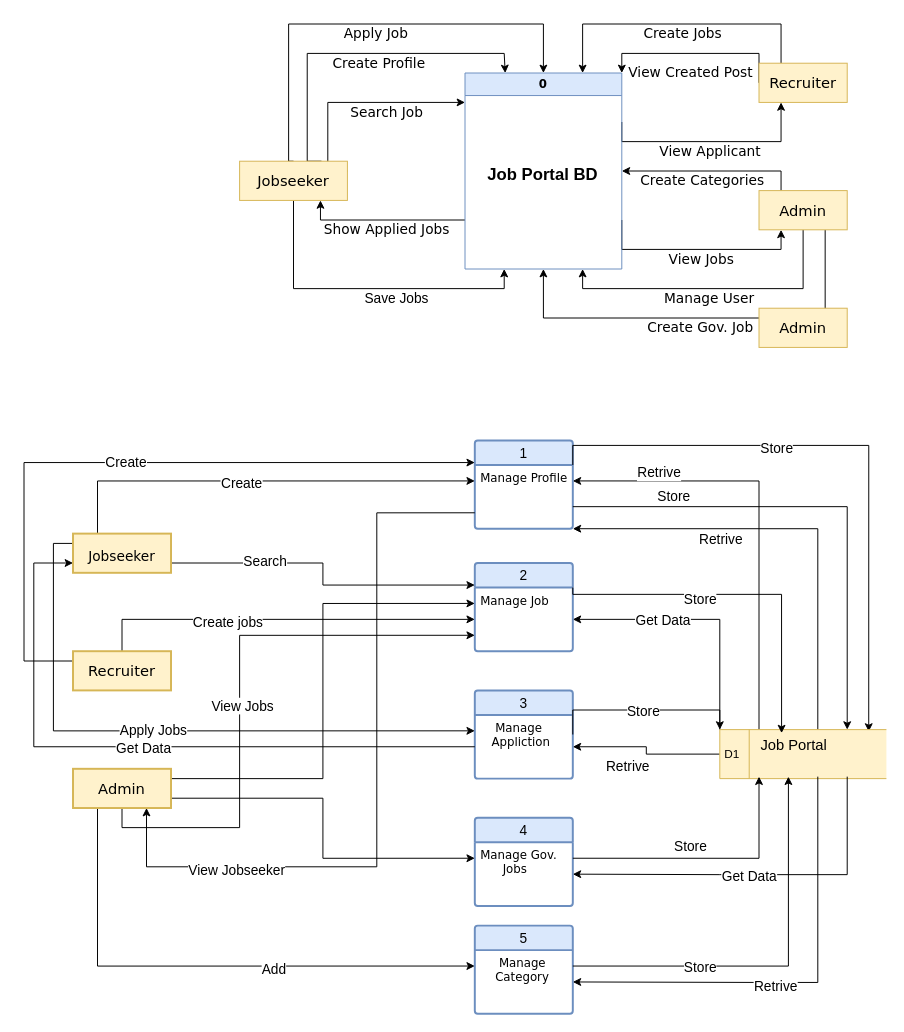
Before: page "Page-1" (1 of 10) of public/uploads/Untitled Diagram.drawio in musaddak7/jobportalbd, a draw.io diagram. Source tidied: cells renumbered, new cells numbered last; positions are measured from the earlier drawing's top-left corner, leaving out a move shared by most shapes. Both pictures are drawn from the tidied source at 98%, with x=0, y=0 at pixel (24, 24).
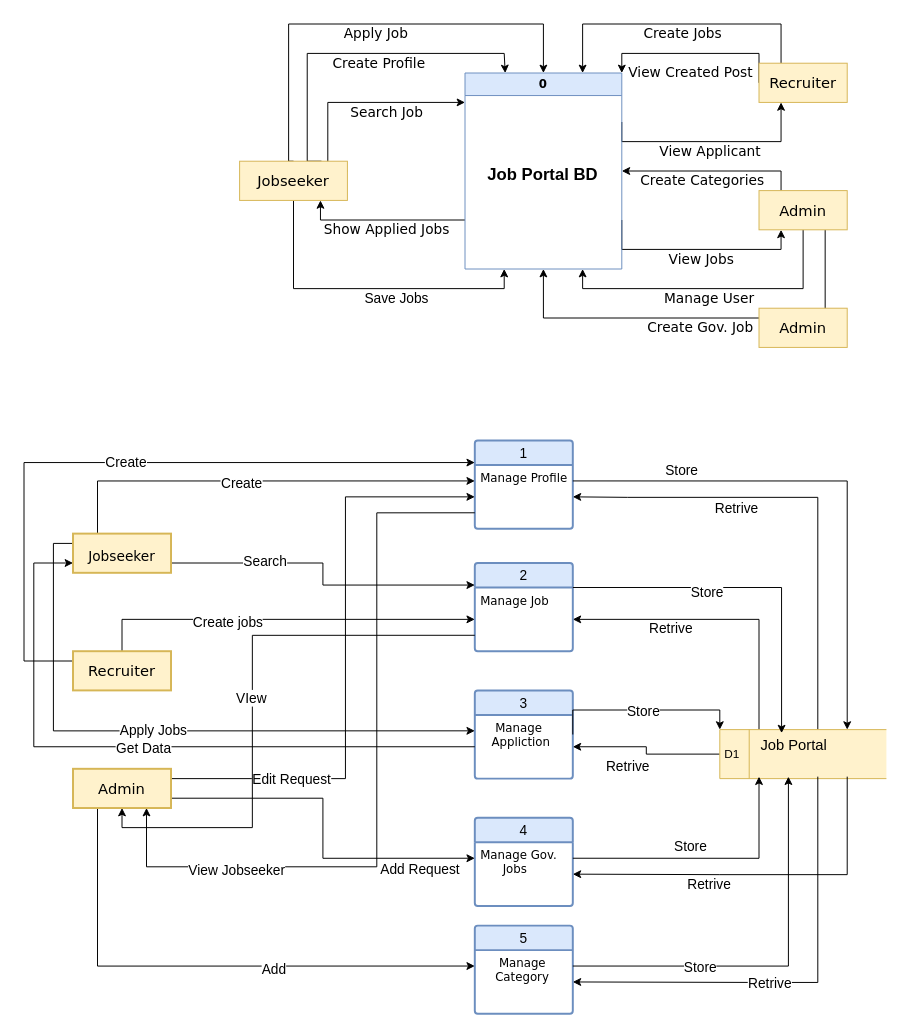
Above is the later version.

The change refers to these unchanged cells:
```xml
<mxCell id="19" value="1" style="swimlane;horizontal=1;startSize=25;rounded=1;fontSize=14;fontStyle=0;strokeWidth=2;shadow=0;dashed=0;align=center;arcSize=4;whiteSpace=wrap;html=1;fillColor=#dae8fc;strokeColor=#6c8ebf;" parent="1" vertex="1">
  <mxGeometry x="460" y="425" width="100" height="90" as="geometry" />
</mxCell>
<mxCell id="20" value="&lt;div&gt;&lt;font style=&quot;font-size: 12px;&quot; face=&quot;Verdana&quot;&gt;Manage Profile&lt;/font&gt;&lt;/div&gt;" style="align=left;strokeColor=none;fillColor=none;spacingLeft=4;fontSize=12;verticalAlign=top;html=1;" parent="19" vertex="1">
  <mxGeometry y="25" width="100" height="65" as="geometry" />
</mxCell>
<mxCell id="22" value="&lt;font style=&quot;font-size: 12px;&quot; face=&quot;Verdana&quot;&gt;Manage Job&lt;/font&gt;&lt;div&gt;&lt;br&gt;&lt;/div&gt;" style="align=left;strokeColor=none;fillColor=none;spacingLeft=4;fontSize=12;verticalAlign=top;html=1;" parent="21" vertex="1">
  <mxGeometry y="25" width="100" height="65" as="geometry" />
</mxCell>
<mxCell id="40" style="edgeStyle=orthogonalEdgeStyle;rounded=0;jettySize=auto;html=1;exitX=1;exitY=0.5;exitDx=0;exitDy=0;entryX=0;entryY=0.25;entryDx=0;entryDy=0;" parent="1" edge="1" source="45" target="26">
  <mxGeometry relative="1" as="geometry">
    <Array as="points">
      <mxPoint x="150" y="790" />
      <mxPoint x="305" y="790" />
      <mxPoint x="305" y="851" />
    </Array>
  </mxGeometry>
</mxCell>
<mxCell id="45" value="&lt;font style=&quot;font-size: 15px;&quot; face=&quot;Verdana&quot;&gt;Admin&lt;/font&gt;" style="whiteSpace=wrap;html=1;align=center;strokeWidth=2;fillColor=#fff2cc;strokeColor=#d6b656;" parent="1" vertex="1">
  <mxGeometry x="50" y="760" width="100" height="40" as="geometry" />
</mxCell>
<mxCell id="55" value="D1" style="html=1;dashed=0;whiteSpace=wrap;shape=mxgraph.dfd.dataStoreID;align=left;spacingLeft=3;points=[[0,0],[0.5,0],[1,0],[0,0.5],[1,0.5],[0,1],[0.5,1],[1,1]];fillColor=#fff2cc;strokeColor=#d6b656;" parent="1" vertex="1">
  <mxGeometry x="710" y="720" width="170" height="50" as="geometry" />
</mxCell>
<mxCell id="56" value="&lt;font style=&quot;font-size: 15px;&quot;&gt;Job Portal&lt;/font&gt;" style="text;whiteSpace=wrap;html=1;" parent="1" vertex="1">
  <mxGeometry x="750" y="720" width="120" height="48" as="geometry" />
</mxCell>
<mxCell id="67" style="edgeStyle=orthogonalEdgeStyle;rounded=0;jettySize=auto;html=1;exitX=0.5;exitY=1;exitDx=0;exitDy=0;entryX=1;entryY=0.5;entryDx=0;entryDy=0;" parent="1" edge="1" source="56" target="66">
  <mxGeometry relative="1" as="geometry">
    <Array as="points">
      <mxPoint x="810" y="978" />
      <mxPoint x="750" y="978" />
    </Array>
  </mxGeometry>
</mxCell>
<mxCell id="69" style="edgeStyle=orthogonalEdgeStyle;rounded=0;jettySize=auto;html=1;exitX=0.75;exitY=1;exitDx=0;exitDy=0;entryX=1;entryY=0.5;entryDx=0;entryDy=0;" parent="1" edge="1" source="56" target="26">
  <mxGeometry relative="1" as="geometry">
    <Array as="points">
      <mxPoint x="840" y="868" />
      <mxPoint x="710" y="868" />
    </Array>
  </mxGeometry>
</mxCell>
```

Change to the diagram source:
```diff
@@
-    <mxCell id="39" style="edgeStyle=orthogonalEdgeStyle;rounded=0;jettySize=auto;html=1;exitX=1;exitY=0.25;exitDx=0;exitDy=0;entryX=0;entryY=0.25;entryDx=0;entryDy=0;" parent="1" edge="1" source="45" target="22">
-      <mxGeometry relative="1" as="geometry" />
-    </mxCell>
@@
-    <mxCell id="41" style="edgeStyle=orthogonalEdgeStyle;rounded=0;jettySize=auto;html=1;exitX=0.5;exitY=1;exitDx=0;exitDy=0;entryX=0;entryY=0.75;entryDx=0;entryDy=0;" parent="1" edge="1" source="45" target="22">
-      <mxGeometry relative="1" as="geometry">
-        <Array as="points">
-          <mxPoint x="100" y="820" />
-          <mxPoint x="220" y="820" />
-          <mxPoint x="220" y="624" />
-        </Array>
-      </mxGeometry>
-    </mxCell>
-    <mxCell id="42" value="&lt;font style=&quot;font-size: 14px;&quot;&gt;View Jobs&lt;/font&gt;" style="edgeLabel;html=1;align=center;verticalAlign=middle;" parent="41" vertex="1">
-      <mxGeometry x="-0.08" y="-2" relative="1" as="geometry" />
-    </mxCell>
+    <mxCell id="78" value="&lt;font style=&quot;font-size: 14px;&quot;&gt;Add Request&lt;br&gt;&lt;/font&gt;" style="edgeLabel;html=1;align=center;verticalAlign=middle;" parent="40" vertex="1">
+      <mxGeometry x="-0.29" y="-1" relative="1" as="geometry">
+        <mxPoint x="128" y="71" as="offset" />
+      </mxGeometry>
+    </mxCell>
@@
+    <mxCell id="79" style="edgeStyle=orthogonalEdgeStyle;rounded=0;jettySize=auto;html=1;exitX=1;exitY=0.25;exitDx=0;exitDy=0;entryX=0;entryY=0.5;entryDx=0;entryDy=0;" parent="1" edge="1" source="45" target="20">
+      <mxGeometry relative="1" as="geometry">
+        <Array as="points">
+          <mxPoint x="328" y="770" />
+          <mxPoint x="328" y="483" />
+        </Array>
+      </mxGeometry>
+    </mxCell>
+    <mxCell id="80" value="&lt;font style=&quot;font-size: 14px;&quot;&gt;Edit Request&lt;br&gt;&lt;/font&gt;" style="edgeLabel;html=1;align=center;verticalAlign=middle;" parent="79" vertex="1">
+      <mxGeometry x="-0.59" relative="1" as="geometry" />
+    </mxCell>
@@
-    <mxCell id="46" style="edgeStyle=orthogonalEdgeStyle;rounded=0;jettySize=auto;html=1;exitX=0;exitY=0;exitDx=0;exitDy=0;entryX=1;entryY=0.25;entryDx=0;entryDy=0;" parent="1" edge="1" source="56" target="20">
-      <mxGeometry relative="1" as="geometry" />
-    </mxCell>
-    <mxCell id="47" value="&lt;font style=&quot;font-size: 14px;&quot;&gt;Retrive&lt;/font&gt;" style="edgeLabel;html=1;align=center;verticalAlign=middle;" parent="46" vertex="1">
-      <mxGeometry x="-0.02" relative="1" as="geometry">
-        <mxPoint x="-103" y="-46" as="offset" />
-      </mxGeometry>
-    </mxCell>
-    <mxCell id="48" style="edgeStyle=orthogonalEdgeStyle;rounded=0;jettySize=auto;html=1;exitX=0.5;exitY=0;exitDx=0;exitDy=0;entryX=1;entryY=1;entryDx=0;entryDy=0;" parent="1" edge="1" source="56" target="20">
+    <mxCell id="48" style="edgeStyle=orthogonalEdgeStyle;rounded=0;jettySize=auto;html=1;exitX=0.5;exitY=0;exitDx=0;exitDy=0;entryX=1;entryY=0.5;entryDx=0;entryDy=0;" parent="1" edge="1" source="56" target="20">
       <mxGeometry relative="1" as="geometry">
         <Array as="points">
-          <mxPoint x="810" y="515" />
+          <mxPoint x="810" y="483" />
+          <mxPoint x="616" y="483" />
         </Array>
       </mxGeometry>
     </mxCell>
@@
-    <mxCell id="50" style="edgeStyle=orthogonalEdgeStyle;rounded=0;jettySize=auto;html=1;exitX=1;exitY=0;exitDx=0;exitDy=0;entryX=0.933;entryY=0.042;entryDx=0;entryDy=0;entryPerimeter=0;" parent="1" edge="1" source="20" target="56">
-      <mxGeometry relative="1" as="geometry" />
-    </mxCell>
-    <mxCell id="51" value="&lt;font style=&quot;font-size: 14px;&quot;&gt;Store&lt;/font&gt;" style="edgeLabel;html=1;align=center;verticalAlign=middle;" parent="50" vertex="1">
-      <mxGeometry x="-0.26" y="-2" relative="1" as="geometry" />
-    </mxCell>
+    <mxCell id="81" value="&lt;font style=&quot;font-size: 14px;&quot;&gt;Retrive&lt;/font&gt;" style="edgeLabel;html=1;align=center;verticalAlign=middle;" parent="48" vertex="1">
+      <mxGeometry x="-0.02" y="2" relative="1" as="geometry">
+        <mxPoint x="-149" y="131" as="offset" />
+      </mxGeometry>
+    </mxCell>
-    <mxCell id="52" style="edgeStyle=orthogonalEdgeStyle;rounded=0;jettySize=auto;html=1;entryX=1;entryY=0.5;entryDx=0;entryDy=0;exitX=0;exitY=0;exitDx=0;exitDy=0;" parent="1" edge="1" source="55" target="22">
+    <mxCell id="52" style="edgeStyle=orthogonalEdgeStyle;rounded=0;jettySize=auto;html=1;entryX=1;entryY=0.5;entryDx=0;entryDy=0;exitX=0;exitY=0;exitDx=0;exitDy=0;" parent="1" edge="1" source="56" target="22">
       <mxGeometry relative="1" as="geometry" />
     </mxCell>
-    <mxCell id="53" value="&lt;font style=&quot;font-size: 14px;&quot;&gt;Get Data&lt;/font&gt;" style="edgeLabel;html=1;align=center;verticalAlign=middle;" parent="52" vertex="1">
-      <mxGeometry x="0.31" y="1" relative="1" as="geometry">
-        <mxPoint x="1" as="offset" />
-      </mxGeometry>
-    </mxCell>
@@
     <mxCell id="57" style="rounded=0;jettySize=auto;html=1;exitX=1;exitY=0;exitDx=0;exitDy=0;entryX=0.192;entryY=0.075;entryDx=0;entryDy=0;entryPerimeter=0;edgeStyle=orthogonalEdgeStyle;" parent="1" edge="1" source="22" target="56">
       <mxGeometry relative="1" as="geometry">
         <Array as="points">
-          <mxPoint x="560" y="582" />
-          <mxPoint x="773" y="582" />
+          <mxPoint x="773" y="575" />
         </Array>
       </mxGeometry>
     </mxCell>
@@
     <mxCell id="68" value="&lt;font style=&quot;font-size: 14px;&quot;&gt;Retrive&lt;/font&gt;" style="edgeLabel;html=1;align=center;verticalAlign=middle;" parent="67" vertex="1">
       <mxGeometry x="0.11" y="3" relative="1" as="geometry">
-        <mxPoint x="1" as="offset" />
+        <mxPoint x="-67" y="-104" as="offset" />
       </mxGeometry>
     </mxCell>
+    <mxCell id="82" value="&lt;font style=&quot;font-size: 14px;&quot;&gt;Retrive&lt;/font&gt;" style="edgeLabel;html=1;align=center;verticalAlign=middle;" parent="67" vertex="1">
+      <mxGeometry x="0.11" y="3" relative="1" as="geometry">
+        <mxPoint x="-5" y="-3" as="offset" />
+      </mxGeometry>
+    </mxCell>
@@
-    <mxCell id="70" value="&lt;font style=&quot;font-size: 14px;&quot;&gt;Get Data&lt;/font&gt;" style="edgeLabel;html=1;align=center;verticalAlign=middle;" parent="69" vertex="1">
-      <mxGeometry x="0.06" y="1" relative="1" as="geometry" />
-    </mxCell>
-    <mxCell id="71" style="edgeStyle=orthogonalEdgeStyle;rounded=0;jettySize=auto;html=1;exitX=1;exitY=0.75;exitDx=0;exitDy=0;entryX=0.75;entryY=0;entryDx=0;entryDy=0;" parent="1" edge="1" source="19" target="56">
+    <mxCell id="71" style="edgeStyle=orthogonalEdgeStyle;rounded=0;jettySize=auto;html=1;exitX=1;exitY=0.25;exitDx=0;exitDy=0;entryX=0.75;entryY=0;entryDx=0;entryDy=0;" parent="1" edge="1" source="20" target="56">
       <mxGeometry relative="1" as="geometry" />
     </mxCell>
@@
+    <mxCell id="83" style="edgeStyle=orthogonalEdgeStyle;rounded=0;jettySize=auto;html=1;exitX=0;exitY=0.75;exitDx=0;exitDy=0;entryX=0.5;entryY=1;entryDx=0;entryDy=0;" parent="1" edge="1" source="22" target="45">
+      <mxGeometry relative="1" as="geometry">
+        <Array as="points">
+          <mxPoint x="233" y="624" />
+          <mxPoint x="233" y="820" />
+          <mxPoint x="100" y="820" />
+        </Array>
+      </mxGeometry>
+    </mxCell>
+    <mxCell id="84" value="&lt;font style=&quot;font-size: 14px;&quot;&gt;VIew&lt;/font&gt;" style="edgeLabel;html=1;align=center;verticalAlign=middle;" parent="83" vertex="1">
+      <mxGeometry x="0.01" y="-2" relative="1" as="geometry" />
+    </mxCell>
```
